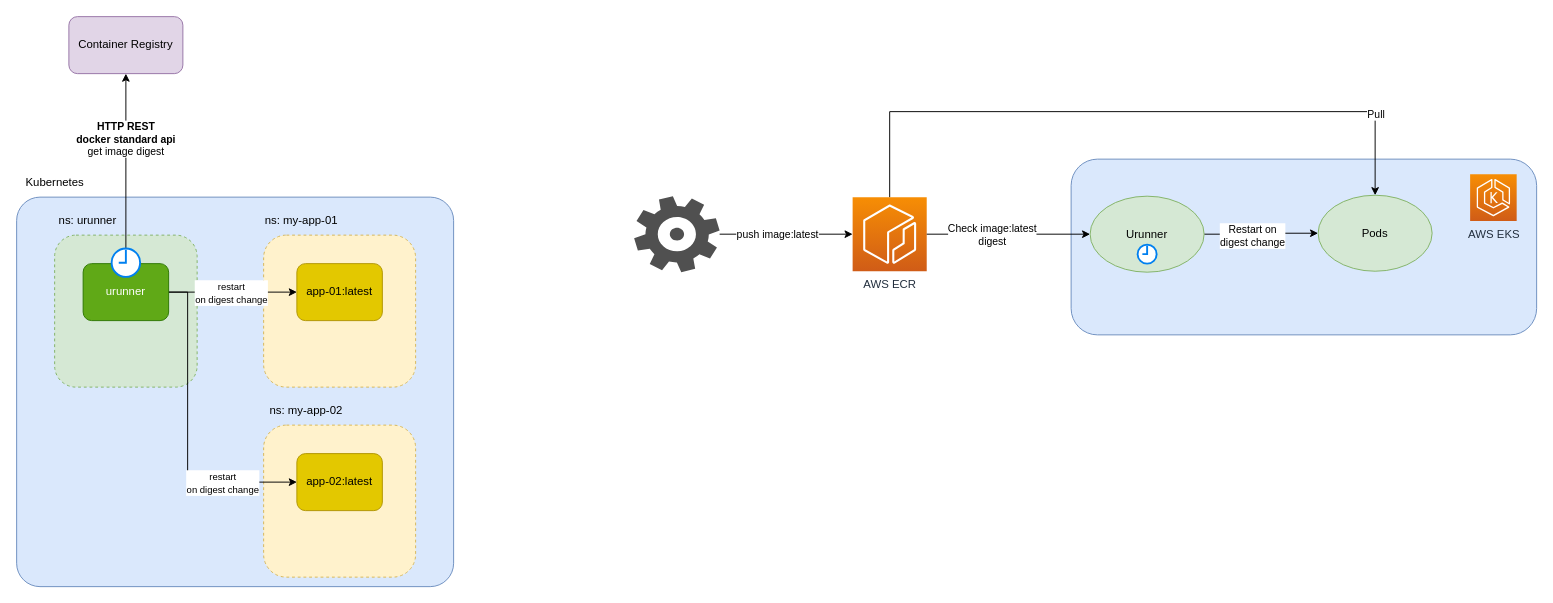
Before: asset/urunner.drawio in texano00/urunner, a draw.io diagram. Source tidied: cells renumbered, new cells numbered last; positions are measured from the earlier drawing's top-left corner, leaving out a move shared by most shapes. Both pictures are drawn from the tidied source at 95%, with x=0, y=0 at pixel (16, 16). Pictures stored in the file or linked from it are replaced by grey dashed boxes.
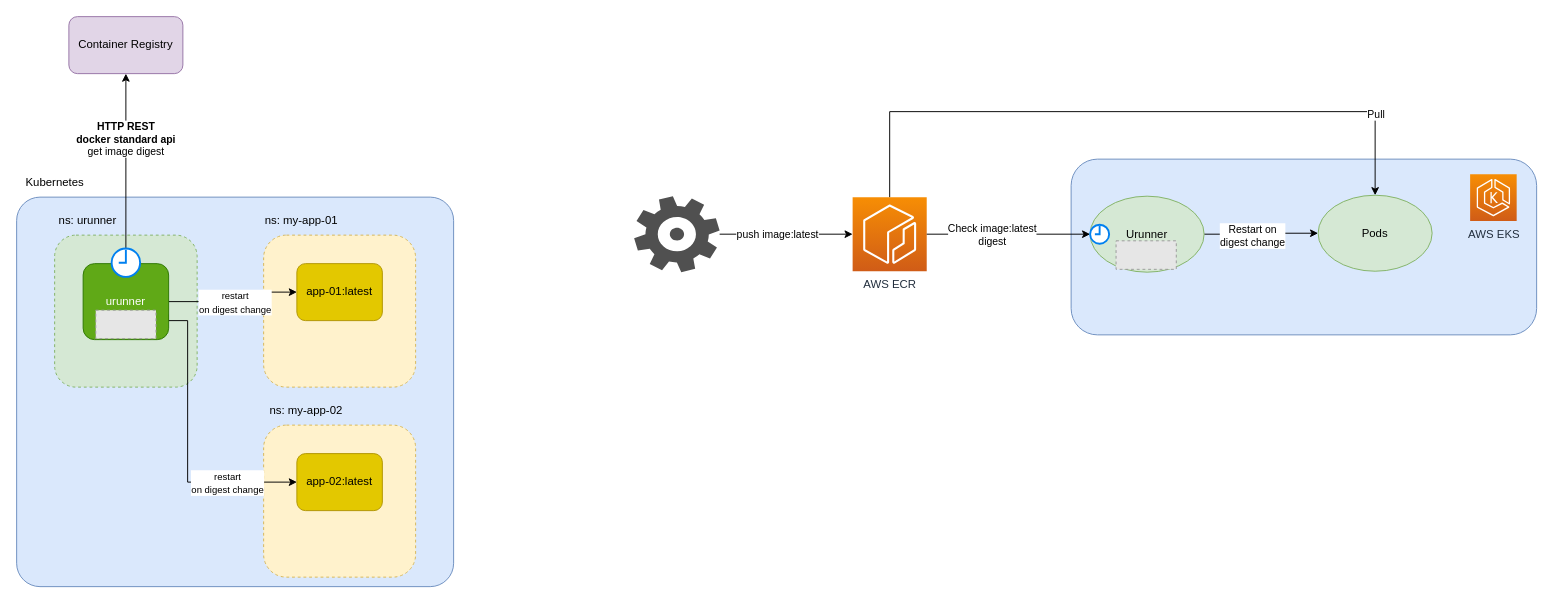
Above is the later version.

The change refers to these unchanged cells:
```xml
<mxCell id="21" value="app-02:latest" style="rounded=1;whiteSpace=wrap;html=1;fillColor=#e3c800;fontColor=#000000;strokeColor=#B09500;" parent="1" vertex="1">
  <mxGeometry x="295" y="460" width="90" height="60" as="geometry" />
</mxCell>
```

The edit, as a diff of the source:
```diff
@@
-    <mxCell id="15" style="edgeStyle=orthogonalEdgeStyle;rounded=0;jettySize=auto;html=1;entryX=0;entryY=0.5;entryDx=0;entryDy=0;" parent="1" edge="1" source="17" target="21">
+    <mxCell id="15" style="edgeStyle=orthogonalEdgeStyle;rounded=0;jettySize=auto;html=1;entryX=0;entryY=0.5;entryDx=0;entryDy=0;exitX=0.992;exitY=0.668;exitDx=0;exitDy=0;exitPerimeter=0;" parent="1" edge="1" source="17" target="21">
       <mxGeometry relative="1" as="geometry">
         <Array as="points">
-          <mxPoint x="180" y="290" />
+          <mxPoint x="159" y="320" />
+          <mxPoint x="180" y="320" />
           <mxPoint x="180" y="490" />
         </Array>
       </mxGeometry>
     </mxCell>
@@
     <mxCell id="17" value="urunner" style="rounded=1;whiteSpace=wrap;html=1;fillColor=#60a917;fontColor=#ffffff;strokeColor=#2D7600;" parent="1" vertex="1">
-      <mxGeometry x="70" y="260" width="90" height="60" as="geometry" />
+      <mxGeometry x="70" y="260" width="90" height="80" as="geometry" />
     </mxCell>
@@
     <mxCell id="32" style="html=1;verticalLabelPosition=bottom;align=center;labelBackgroundColor=#ffffff;verticalAlign=top;strokeWidth=2;strokeColor=#0080F0;shadow=0;dashed=0;shape=mxgraph.ios7.icons.clock;" parent="1" vertex="1">
-      <mxGeometry x="1180" y="240" width="20" height="20" as="geometry" />
+      <mxGeometry x="1130" y="219" width="20" height="20" as="geometry" />
     </mxCell>
@@
+    <mxCell id="36" style="fillColor=#E6E6E6;strokeColor=#999999;dashed=1;verticalLabelPosition=bottom;labelBackgroundColor=default;verticalAlign=top;" parent="1" vertex="1">
+      <mxGeometry x="83.3" y="309" width="63.4" height="30" as="geometry" />
+    </mxCell>
+    <mxCell id="37" style="fillColor=#E6E6E6;strokeColor=#999999;dashed=1;verticalLabelPosition=bottom;labelBackgroundColor=default;verticalAlign=top;" parent="1" vertex="1">
+      <mxGeometry x="1157.3" y="236" width="63.4" height="30" as="geometry" />
+    </mxCell>
```
